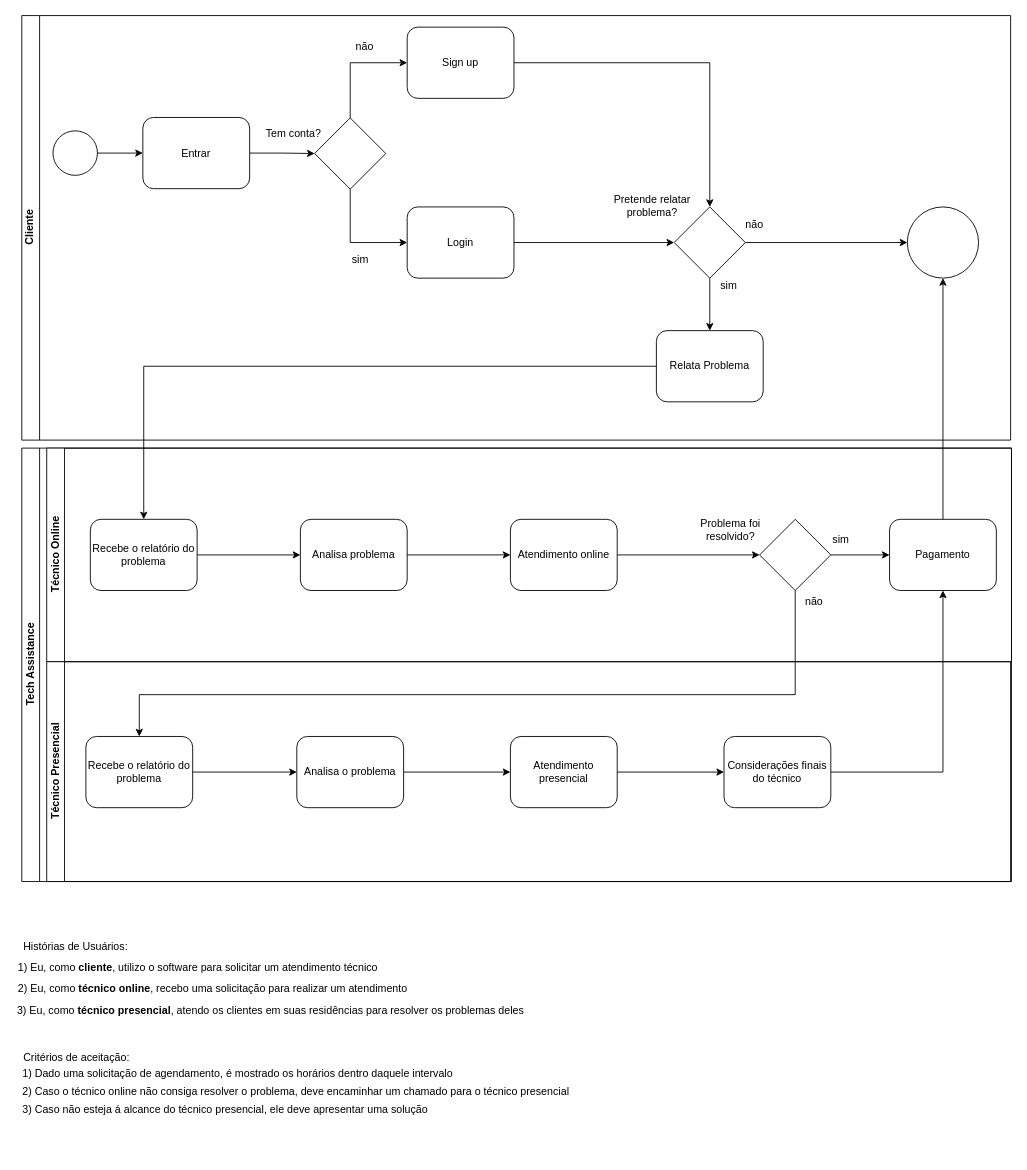
Above: page "Fluxo de Negócios" (1 of 4) of Project diagrams and requirements/Tech assistance.drawio in felipepmoreno/Tech-assistanceSoftware (draw.io), before the change. Source tidied: cells renumbered, new cells numbered last; positions are measured from the earlier drawing's top-left corner, leaving out a move shared by most shapes. Both pictures are drawn from the tidied source at 89%, with x=0, y=0 at pixel (15, 15).
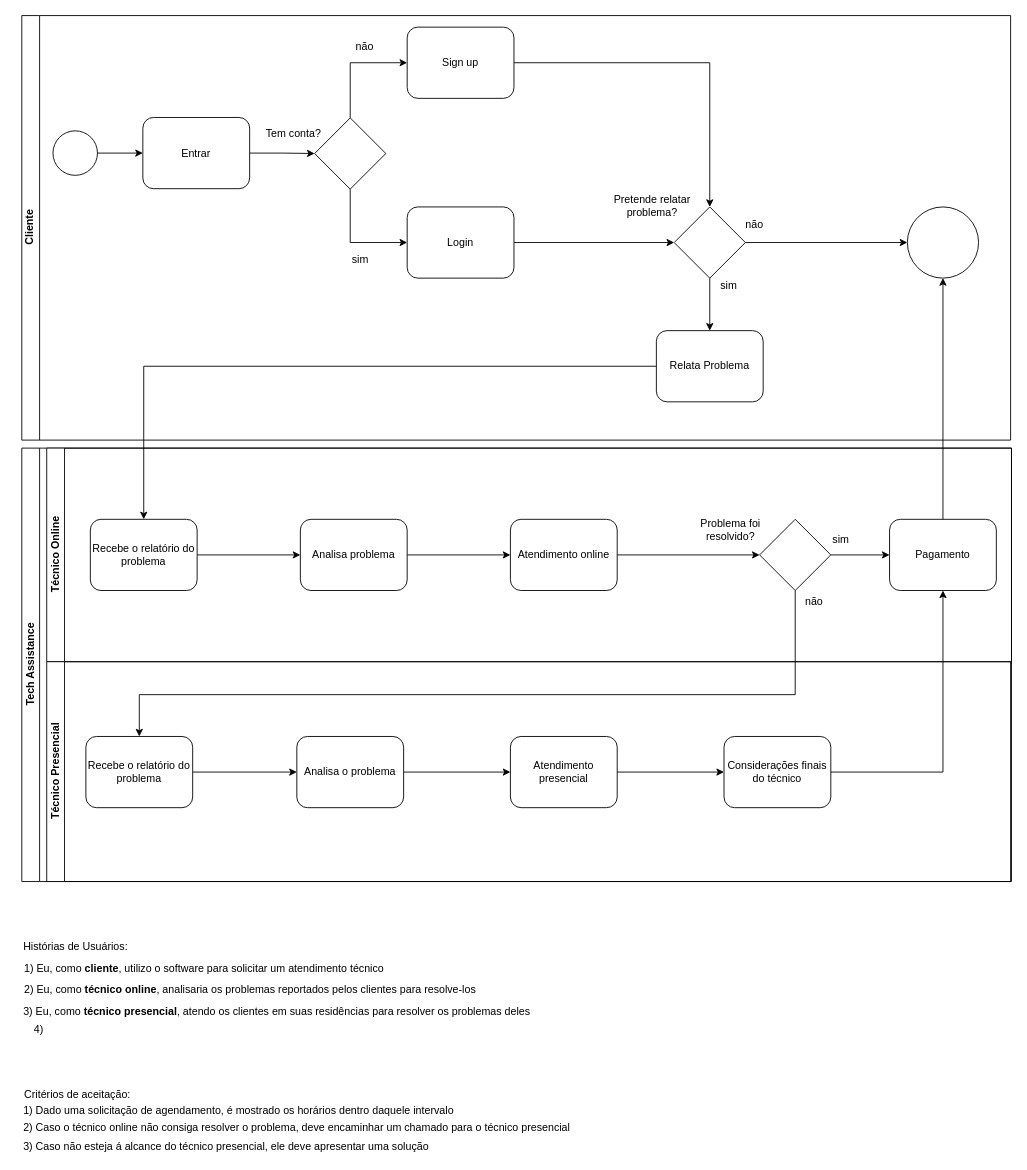
After the change.

Diff of the diagram source:
```diff
@@
     <mxCell id="52" value="1) Eu, como &lt;b&gt;cliente&lt;/b&gt;, utilizo o software para solicitar um atendimento técnico" style="text;html=1;align=left;verticalAlign=middle;" parent="1" vertex="1">
-      <mxGeometry x="1" y="1061" width="414" height="18" as="geometry" />
+      <mxGeometry x="8" y="1062" width="414" height="18" as="geometry" />
     </mxCell>
-    <mxCell id="53" value="&lt;div&gt;&lt;span&gt;2) Eu, como &lt;/span&gt;&lt;b&gt;técnico online&lt;/b&gt;&lt;span&gt;, recebo uma solicitação para realizar um atendimento&lt;/span&gt;&lt;/div&gt;" style="text;html=1;align=left;verticalAlign=middle;" parent="1" vertex="1">
-      <mxGeometry x="1" y="1085" width="448" height="18" as="geometry" />
+    <mxCell id="53" value="&lt;div&gt;&lt;span&gt;2) Eu, como &lt;/span&gt;&lt;b&gt;técnico online&lt;/b&gt;&lt;span&gt;, analisaria os problemas reportados pelos clientes para resolve-los&lt;/span&gt;&lt;/div&gt;" style="text;html=1;align=left;verticalAlign=middle;" parent="1" vertex="1">
+      <mxGeometry x="8" y="1086" width="518" height="18" as="geometry" />
     </mxCell>
     <mxCell id="54" value="3) Eu, como &lt;b&gt;técnico presencial&lt;/b&gt;, atendo os clientes em suas residências para resolver os problemas deles" style="text;html=1;align=left;verticalAlign=middle;" parent="1" vertex="1">
-      <mxGeometry y="1109" width="580" height="18" as="geometry" />
+      <mxGeometry x="7" y="1110" width="580" height="18" as="geometry" />
     </mxCell>
     <mxCell id="55" value="Critérios de aceitação:" style="text;html=1;align=left;verticalAlign=middle;" parent="1" vertex="1">
-      <mxGeometry x="7" y="1162" width="129" height="18" as="geometry" />
+      <mxGeometry x="8" y="1204" width="129" height="18" as="geometry" />
     </mxCell>
     <mxCell id="56" value="1) Dado uma solicitação de agendamento, é mostrado os horários dentro daquele intervalo" style="text;html=1;align=left;verticalAlign=middle;" parent="1" vertex="1">
-      <mxGeometry x="6" y="1180" width="494" height="18" as="geometry" />
+      <mxGeometry x="7" y="1222" width="494" height="18" as="geometry" />
     </mxCell>
     <mxCell id="57" value="2) Caso o técnico online não consiga resolver o problema, deve encaminhar um chamado para o técnico presencial&amp;nbsp;" style="text;html=1;align=left;verticalAlign=middle;" parent="1" vertex="1">
-      <mxGeometry x="6" y="1200" width="628" height="18" as="geometry" />
+      <mxGeometry x="7" y="1241" width="628" height="18" as="geometry" />
     </mxCell>
     <mxCell id="58" value="3) Caso não esteja á alcance do técnico presencial, ele deve apresentar uma solução" style="text;html=1;align=left;verticalAlign=middle;" parent="1" vertex="1">
-      <mxGeometry x="6" y="1220" width="466" height="18" as="geometry" />
+      <mxGeometry x="7" y="1262" width="466" height="18" as="geometry" />
     </mxCell>
+    <mxCell id="59" value="4)&amp;nbsp;" style="text;html=1;strokeColor=none;fillColor=none;align=center;verticalAlign=middle;whiteSpace=wrap;rounded=0;" parent="1" vertex="1">
+      <mxGeometry x="8" y="1130" width="40" height="20" as="geometry" />
+    </mxCell>
```
